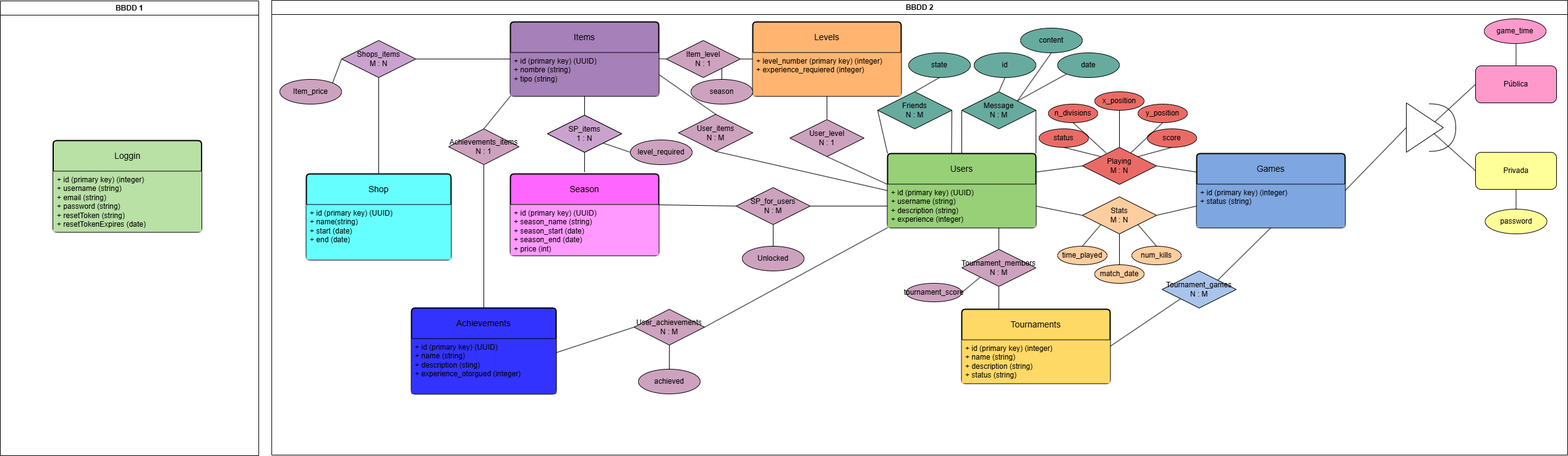
This is BBDD-proyecto-software.drawio.png from seergiioo2311/backend, a draw.io export, as it was before one commit. Source tidied: cells renumbered, new cells last; positions are measured from the earlier drawing's top-left corner, leaving out a move shared by most shapes.
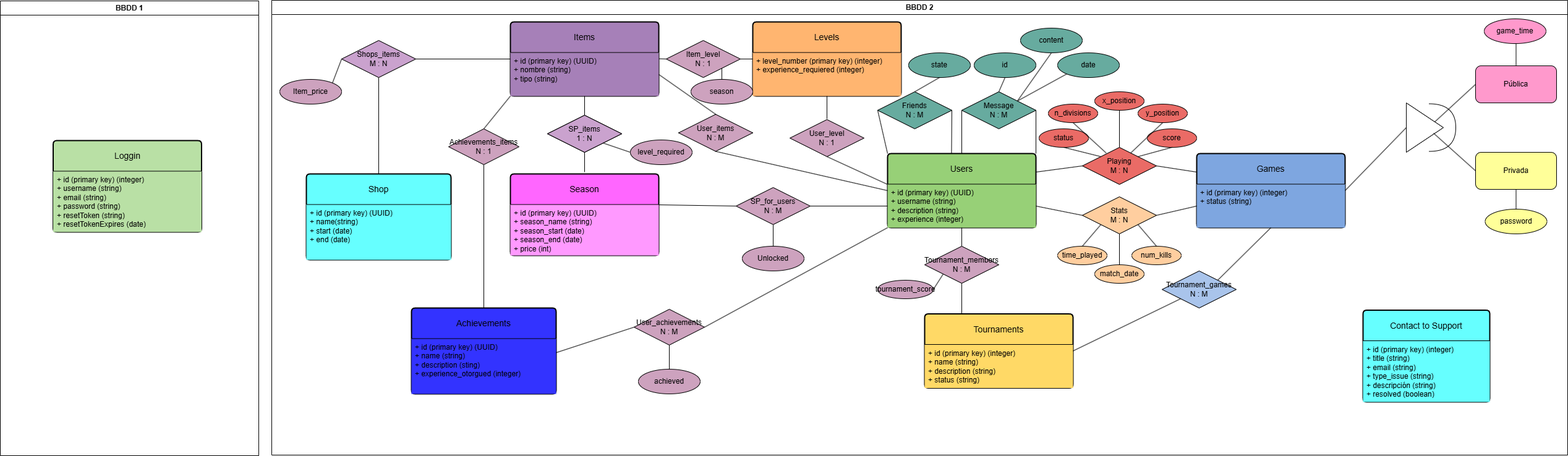
After the commit.

Change to the diagram source:
```diff
@@ -21,7 +21,7 @@
       <mxGeometry y="50" width="240" height="70" as="geometry" />
     </mxCell>
     <mxCell id="8" value="Tournaments" style="swimlane;horizontal=1;startSize=50;rounded=1;fontSize=14;fontStyle=0;strokeWidth=2;shadow=0;dashed=0;align=center;arcSize=4;whiteSpace=wrap;html=1;fillColor=light-dark(#FFD966,var(--ge-dark-color, #121212));" parent="2" vertex="1">
-      <mxGeometry x="1116" y="500" width="240" height="120" as="geometry" />
+      <mxGeometry x="1056" y="507.5" width="240" height="120" as="geometry" />
     </mxCell>
     <mxCell id="9" value="+ id (primary key) (integer)&lt;div&gt;+ name (string)&lt;/div&gt;&lt;div&gt;+ description (string)&lt;/div&gt;&lt;div&gt;+ status (string&lt;span style=&quot;background-color: transparent; color: light-dark(rgb(0, 0, 0), rgb(255, 255, 255));&quot;&gt;)&lt;/span&gt;&lt;/div&gt;" style="align=left;strokeColor=none;fillColor=light-dark(#FFD966,var(--ge-dark-color, #121212));spacingLeft=4;fontSize=12;verticalAlign=top;html=1;" parent="8" vertex="1">
       <mxGeometry y="50" width="240" height="70" as="geometry" />
@@ -33,9 +33,9 @@
       <mxGeometry y="50" width="240" height="70" as="geometry" />
     </mxCell>
     <mxCell id="12" value="Tournament_members&lt;div&gt;N : M&lt;/div&gt;" style="shape=rhombus;perimeter=rhombusPerimeter;whiteSpace=wrap;html=1;align=center;fillColor=light-dark(#CDA2BE,var(--ge-dark-color, #121212));" parent="2" vertex="1">
-      <mxGeometry x="1116" y="403" width="120" height="60" as="geometry" />
+      <mxGeometry x="1056" y="398" width="120" height="60" as="geometry" />
     </mxCell>
-    <mxCell id="13" style="endArrow=none;html=1;rounded=0;exitX=0.75;exitY=1;exitDx=0;exitDy=0;entryX=0.5;entryY=0;entryDx=0;entryDy=0;" parent="2" edge="1" source="7" target="12">
+    <mxCell id="13" style="endArrow=none;html=1;rounded=0;exitX=0.5;exitY=1;exitDx=0;exitDy=0;entryX=0.5;entryY=0;entryDx=0;entryDy=0;" parent="2" edge="1" source="6" target="12">
       <mxGeometry relative="1" as="geometry" />
     </mxCell>
     <mxCell id="14" style="endArrow=none;html=1;rounded=0;exitX=0.25;exitY=0;exitDx=0;exitDy=0;entryX=0.5;entryY=1;entryDx=0;entryDy=0;" parent="2" edge="1" source="8" target="12">
@@ -295,7 +295,7 @@
       <mxGeometry relative="1" as="geometry" />
     </mxCell>
     <mxCell id="96" value="tournament_score" style="ellipse;whiteSpace=wrap;html=1;align=center;fillColor=light-dark(#CDA2BE,var(--ge-dark-color, #121212));" parent="2" vertex="1">
-      <mxGeometry x="1026" y="458" width="90" height="30" as="geometry" />
+      <mxGeometry x="980" y="453" width="90" height="30" as="geometry" />
     </mxCell>
     <mxCell id="97" value="Message&lt;div&gt;N : M&lt;/div&gt;" style="shape=rhombus;perimeter=rhombusPerimeter;whiteSpace=wrap;html=1;align=center;fillColor=light-dark(#67AB9F,var(--ge-dark-color, #121212));" parent="2" vertex="1">
       <mxGeometry x="1116" y="148" width="120" height="60" as="geometry" />
@@ -336,6 +336,12 @@
     <mxCell id="109" style="endArrow=none;html=1;rounded=0;entryX=1;entryY=1;entryDx=0;entryDy=0;exitX=0.5;exitY=0;exitDx=0;exitDy=0;" parent="2" edge="1" source="108" target="66">
       <mxGeometry relative="1" as="geometry" />
     </mxCell>
+    <mxCell id="113" value="Contact to Support" style="swimlane;horizontal=1;startSize=50;rounded=1;fontSize=14;fontStyle=0;strokeWidth=2;shadow=0;dashed=0;align=center;arcSize=4;whiteSpace=wrap;html=1;fillColor=light-dark(#66FFFF,#66FFFF);" parent="2" vertex="1">
+      <mxGeometry x="1765" y="501.5" width="205" height="148.5" as="geometry" />
+    </mxCell>
+    <mxCell id="114" value="+ id (primary key) (integer)&lt;div&gt;+ title (string)&lt;/div&gt;&lt;div&gt;+ email (string)&lt;/div&gt;&lt;div&gt;+ type_issue (string)&lt;/div&gt;&lt;div&gt;+ descripción (string)&lt;/div&gt;&lt;div&gt;+ resolved (boolean)&lt;/div&gt;&lt;div&gt;&lt;br&gt;&lt;/div&gt;" style="align=left;strokeColor=none;fillColor=light-dark(#66FFFF,#66FFFF);spacingLeft=4;spacingRight=4;fontSize=12;verticalAlign=top;html=1;whiteSpace=wrap;" parent="113" vertex="1">
+      <mxGeometry y="50" width="205" height="98.5" as="geometry" />
+    </mxCell>
     <mxCell id="110" value="BBDD 1" style="swimlane;whiteSpace=wrap;html=1;" parent="1" vertex="1">
       <mxGeometry y="1" width="418" height="736" as="geometry" />
     </mxCell>
```
